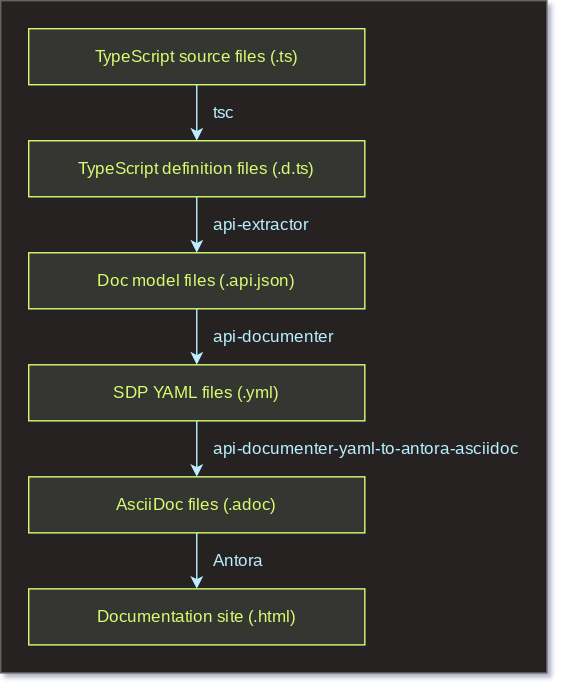
dtinth/docs keeps this draw.io diagram as api-documenter-yaml-to-antora-asciidoc/_images/how-it-works.drawio.svg. Above is the earlier version. Source tidied: cells renumbered, new cells last; positions are measured from the earlier drawing's top-left corner, leaving out a move shared by most shapes.
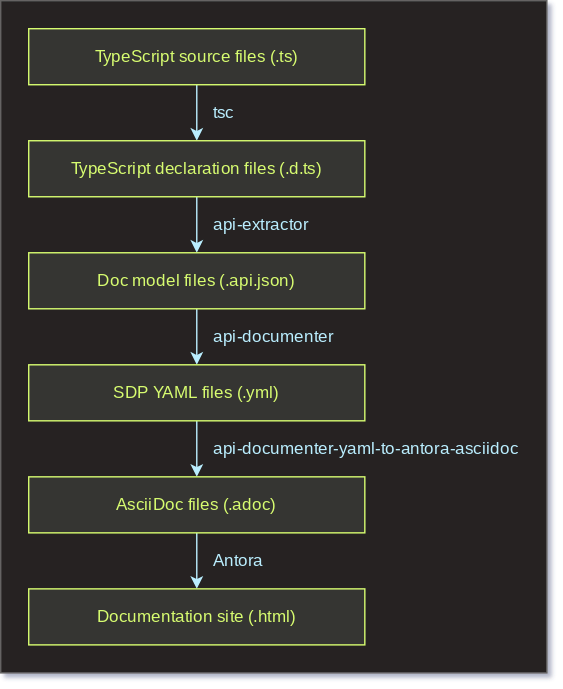
After the commit.

Change to the diagram source:
```diff
@@ -14,7 +14,7 @@
     <mxCell id="5" style="edgeStyle=orthogonalEdgeStyle;rounded=0;jettySize=auto;html=1;exitX=0.5;exitY=1;exitDx=0;exitDy=0;entryX=0.5;entryY=0;entryDx=0;entryDy=0;fontFamily=Arimo;fontSource=https%3A%2F%2Ffonts.googleapis.com%2Fcss%3Ffamily%3DArimo;strokeColor=#BBEEFF;" parent="1" edge="1" source="6" target="9">
       <mxGeometry relative="1" as="geometry" />
     </mxCell>
-    <mxCell id="6" value="TypeScript definition files (.d.ts)" style="rounded=0;whiteSpace=wrap;html=1;fontFamily=Arimo;fontSource=https%3A%2F%2Ffonts.googleapis.com%2Fcss%3Ffamily%3DArimo;fontColor=#d7fc70;strokeColor=#D7FC70;fillColor=#353433;" parent="1" vertex="1">
+    <mxCell id="6" value="TypeScript declaration files (.d.ts)" style="rounded=0;whiteSpace=wrap;html=1;fontFamily=Arimo;fontSource=https%3A%2F%2Ffonts.googleapis.com%2Fcss%3Ffamily%3DArimo;fontColor=#d7fc70;strokeColor=#D7FC70;fillColor=#353433;" parent="1" vertex="1">
       <mxGeometry x="20" y="100" width="240" height="40" as="geometry" />
     </mxCell>
     <mxCell id="7" value="tsc" style="text;html=1;strokeColor=none;fillColor=none;align=left;verticalAlign=middle;whiteSpace=wrap;rounded=0;fontFamily=Arimo;fontSource=https%3A%2F%2Ffonts.googleapis.com%2Fcss%3Ffamily%3DArimo;fontColor=#bbeeff;" parent="1" vertex="1">
```
